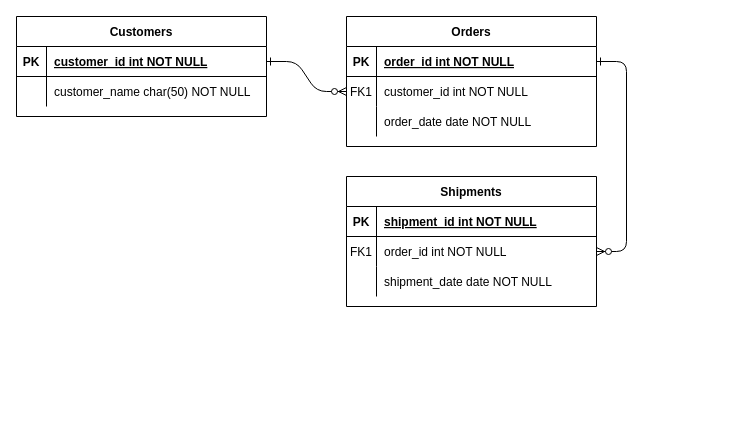
Before: SI10_Tugas3_0110121210.drawio in FaisalAkhdan/ERD-Penjualan, a draw.io diagram. Source tidied: cells renumbered, new cells numbered last; positions are measured from the earlier drawing's top-left corner, leaving out a move shared by most shapes. Both pictures are drawn from the tidied source at 100%, with x=0, y=0 at pixel (16, 16).
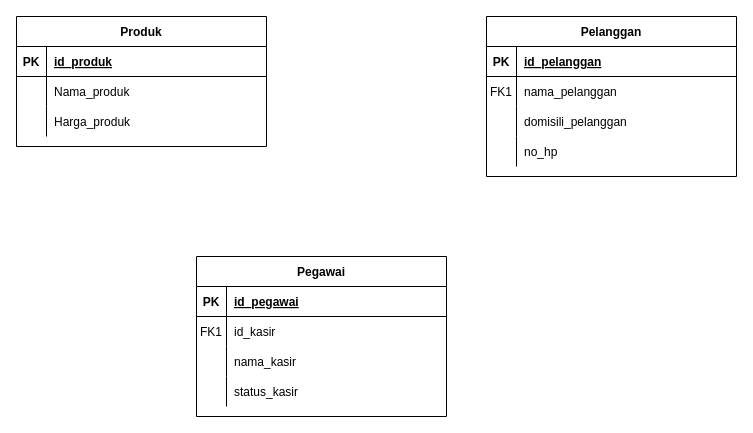
Above is the later version.

Unchanged cells that the change refers to:
```xml
<mxCell id="5" style="shape=partialRectangle;fillColor=none;points=[[0,0.5],[1,0.5]];portConstraint=eastwest;top=0;left=0;right=0;bottom=1;" parent="4" vertex="1">
  <mxGeometry y="30" width="250" height="30" as="geometry" />
</mxCell>
<mxCell id="8" style="shape=partialRectangle;fillColor=none;points=[[0,0.5],[1,0.5]];portConstraint=eastwest;top=0;left=0;right=0;bottom=0;" parent="4" vertex="1">
  <mxGeometry y="60" width="250" height="30" as="geometry" />
</mxCell>
<mxCell id="11" style="shape=partialRectangle;fillColor=none;top=0;left=0;right=0;bottom=0;" parent="4" vertex="1">
  <mxGeometry y="90" width="250" height="30" as="geometry" />
</mxCell>
<mxCell id="15" style="shape=partialRectangle;fillColor=none;top=0;left=0;right=0;bottom=1;" parent="14" vertex="1">
  <mxGeometry y="30" width="250" height="30" as="geometry" />
</mxCell>
<mxCell id="18" style="shape=partialRectangle;fillColor=none;points=[[0,0.5],[1,0.5]];portConstraint=eastwest;top=0;left=0;right=0;bottom=0;" parent="14" vertex="1">
  <mxGeometry y="60" width="250" height="30" as="geometry" />
</mxCell>
<mxCell id="21" style="shape=partialRectangle;fillColor=none;top=0;left=0;right=0;bottom=0;" parent="14" vertex="1">
  <mxGeometry y="90" width="250" height="30" as="geometry" />
</mxCell>
<mxCell id="25" style="shape=partialRectangle;fillColor=none;points=[[0,0.5],[1,0.5]];portConstraint=eastwest;top=0;left=0;right=0;bottom=1;" parent="24" vertex="1">
  <mxGeometry y="30" width="250" height="30" as="geometry" />
</mxCell>
<mxCell id="28" style="shape=partialRectangle;fillColor=none;top=0;left=0;right=0;bottom=0;" parent="24" vertex="1">
  <mxGeometry y="60" width="250" height="30" as="geometry" />
</mxCell>
```

Change to the diagram source:
```diff
@@
-    <mxCell id="2" style="edgeStyle=entityRelationEdgeStyle;endArrow=ERzeroToMany;startArrow=ERone;endFill=1;startFill=0;" parent="1" edge="1" source="25" target="8">
-      <mxGeometry relative="1" as="geometry" />
-    </mxCell>
-    <mxCell id="3" style="edgeStyle=entityRelationEdgeStyle;endArrow=ERzeroToMany;startArrow=ERone;endFill=1;startFill=0;" parent="1" edge="1" source="5" target="18">
-      <mxGeometry relative="1" as="geometry" />
-    </mxCell>
-    <mxCell id="4" value="Orders" style="shape=table;startSize=30;childLayout=tableLayout;rowLines=0;fontStyle=1;align=center;" parent="1" vertex="1">
-      <mxGeometry x="330" width="250" height="130" as="geometry" />
+    <mxCell id="4" value="Pelanggan" style="shape=table;startSize=30;childLayout=tableLayout;rowLines=0;fontStyle=1;align=center;" parent="1" vertex="1">
+      <mxGeometry x="470" width="250" height="160" as="geometry" />
     </mxCell>
@@
-    <mxCell id="7" value="order_id int NOT NULL " style="shape=partialRectangle;overflow=hidden;fillColor=none;top=0;left=0;bottom=0;right=0;align=left;spacingLeft=6;fontStyle=5;" parent="5" vertex="1">
+    <mxCell id="7" value="id_pelanggan" style="shape=partialRectangle;overflow=hidden;fillColor=none;top=0;left=0;bottom=0;right=0;align=left;spacingLeft=6;fontStyle=5;" parent="5" vertex="1">
       <mxGeometry x="30" width="220" height="30" as="geometry" />
     </mxCell>
@@
-    <mxCell id="10" value="customer_id int NOT NULL" style="shape=partialRectangle;overflow=hidden;fillColor=none;top=0;left=0;bottom=0;right=0;align=left;spacingLeft=6;" parent="8" vertex="1">
+    <mxCell id="10" value="nama_pelanggan" style="shape=partialRectangle;overflow=hidden;fillColor=none;top=0;left=0;bottom=0;right=0;align=left;spacingLeft=6;" parent="8" vertex="1">
       <mxGeometry x="30" width="220" height="30" as="geometry" />
     </mxCell>
@@
-    <mxCell id="13" value="order_date date NOT NULL" style="shape=partialRectangle;overflow=hidden;fillColor=none;top=0;left=0;bottom=0;right=0;align=left;spacingLeft=6;" parent="11" vertex="1">
+    <mxCell id="13" value="domisili_pelanggan" style="shape=partialRectangle;overflow=hidden;fillColor=none;top=0;left=0;bottom=0;right=0;align=left;spacingLeft=6;" parent="11" vertex="1">
       <mxGeometry x="30" width="220" height="30" as="geometry" />
     </mxCell>
+    <mxCell id="31" style="shape=partialRectangle;fillColor=none;top=0;left=0;right=0;bottom=0;" parent="4" vertex="1">
+      <mxGeometry y="120" width="250" height="30" as="geometry" />
+    </mxCell>
+    <mxCell id="32" style="shape=partialRectangle;overflow=hidden;fillColor=none;top=0;left=0;bottom=0;right=0;" parent="31" vertex="1">
+      <mxGeometry width="30" height="30" as="geometry" />
+    </mxCell>
+    <mxCell id="33" value="no_hp" style="shape=partialRectangle;overflow=hidden;fillColor=none;top=0;left=0;bottom=0;right=0;align=left;spacingLeft=6;" parent="31" vertex="1">
+      <mxGeometry x="30" width="220" height="30" as="geometry" />
+    </mxCell>
-    <mxCell id="14" value="Shipments" style="shape=table;startSize=30;childLayout=tableLayout;rowLines=0;fontStyle=1;align=center;" parent="1" vertex="1">
-      <mxGeometry x="330" y="160" width="250" height="130" as="geometry" />
+    <mxCell id="14" value="Pegawai" style="shape=table;startSize=30;childLayout=tableLayout;rowLines=0;fontStyle=1;align=center;" parent="1" vertex="1">
+      <mxGeometry x="180" y="240" width="250" height="160" as="geometry" />
     </mxCell>
@@
-    <mxCell id="17" value="shipment_id int NOT NULL " style="shape=partialRectangle;overflow=hidden;fillColor=none;top=0;left=0;bottom=0;right=0;align=left;spacingLeft=6;fontStyle=5;" parent="15" vertex="1">
+    <mxCell id="17" value="id_pegawai" style="shape=partialRectangle;overflow=hidden;fillColor=none;top=0;left=0;bottom=0;right=0;align=left;spacingLeft=6;fontStyle=5;" parent="15" vertex="1">
       <mxGeometry x="30" width="220" height="30" as="geometry" />
     </mxCell>
@@
-    <mxCell id="20" value="order_id int NOT NULL" style="shape=partialRectangle;overflow=hidden;fillColor=none;top=0;left=0;bottom=0;right=0;align=left;spacingLeft=6;" parent="18" vertex="1">
+    <mxCell id="20" value="id_kasir" style="shape=partialRectangle;overflow=hidden;fillColor=none;top=0;left=0;bottom=0;right=0;align=left;spacingLeft=6;" parent="18" vertex="1">
       <mxGeometry x="30" width="220" height="30" as="geometry" />
     </mxCell>
@@
-    <mxCell id="23" value="shipment_date date NOT NULL" style="shape=partialRectangle;overflow=hidden;fillColor=none;top=0;left=0;bottom=0;right=0;align=left;spacingLeft=6;" parent="21" vertex="1">
+    <mxCell id="23" value="nama_kasir" style="shape=partialRectangle;overflow=hidden;fillColor=none;top=0;left=0;bottom=0;right=0;align=left;spacingLeft=6;" parent="21" vertex="1">
       <mxGeometry x="30" width="220" height="30" as="geometry" />
     </mxCell>
+    <mxCell id="34" style="shape=partialRectangle;fillColor=none;top=0;left=0;right=0;bottom=0;" parent="14" vertex="1">
+      <mxGeometry y="120" width="250" height="30" as="geometry" />
+    </mxCell>
+    <mxCell id="35" style="shape=partialRectangle;overflow=hidden;fillColor=none;top=0;left=0;bottom=0;right=0;" parent="34" vertex="1">
+      <mxGeometry width="30" height="30" as="geometry" />
+    </mxCell>
+    <mxCell id="36" value="status_kasir" style="shape=partialRectangle;overflow=hidden;fillColor=none;top=0;left=0;bottom=0;right=0;align=left;spacingLeft=6;" parent="34" vertex="1">
+      <mxGeometry x="30" width="220" height="30" as="geometry" />
+    </mxCell>
-    <mxCell id="24" value="Customers" style="shape=table;startSize=30;childLayout=tableLayout;rowLines=0;fontStyle=1;align=center;" parent="1" vertex="1">
-      <mxGeometry width="250" height="100" as="geometry" />
+    <mxCell id="24" value="Produk" style="shape=table;startSize=30;childLayout=tableLayout;rowLines=0;fontStyle=1;align=center;" parent="1" vertex="1">
+      <mxGeometry width="250" height="130" as="geometry" />
     </mxCell>
@@
-    <mxCell id="27" value="customer_id int NOT NULL " style="shape=partialRectangle;overflow=hidden;fillColor=none;top=0;left=0;bottom=0;right=0;align=left;spacingLeft=6;fontStyle=5;" parent="25" vertex="1">
+    <mxCell id="27" value="id_produk" style="shape=partialRectangle;overflow=hidden;fillColor=none;top=0;left=0;bottom=0;right=0;align=left;spacingLeft=6;fontStyle=5;" parent="25" vertex="1">
       <mxGeometry x="30" width="220" height="30" as="geometry" />
     </mxCell>
@@
-    <mxCell id="30" value="customer_name char(50) NOT NULL" style="shape=partialRectangle;overflow=hidden;fillColor=none;top=0;left=0;bottom=0;right=0;align=left;spacingLeft=6;" parent="28" vertex="1">
+    <mxCell id="30" value="Nama_produk" style="shape=partialRectangle;overflow=hidden;fillColor=none;top=0;left=0;bottom=0;right=0;align=left;spacingLeft=6;" parent="28" vertex="1">
       <mxGeometry x="30" width="220" height="30" as="geometry" />
     </mxCell>
+    <mxCell id="37" style="shape=partialRectangle;fillColor=none;top=0;left=0;right=0;bottom=0;" parent="24" vertex="1">
+      <mxGeometry y="90" width="250" height="30" as="geometry" />
+    </mxCell>
+    <mxCell id="38" style="shape=partialRectangle;overflow=hidden;fillColor=none;top=0;left=0;bottom=0;right=0;" parent="37" vertex="1">
+      <mxGeometry width="30" height="30" as="geometry" />
+    </mxCell>
+    <mxCell id="39" value="Harga_produk" style="shape=partialRectangle;overflow=hidden;fillColor=none;top=0;left=0;bottom=0;right=0;align=left;spacingLeft=6;" parent="37" vertex="1">
+      <mxGeometry x="30" width="220" height="30" as="geometry" />
+    </mxCell>
```
